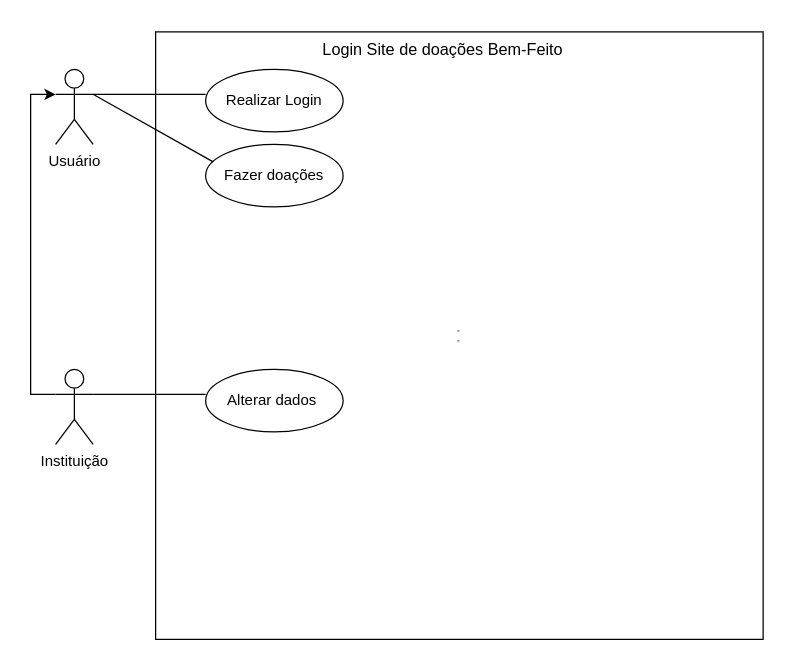
Before: casoDeUsoBemFeito.drawio in Jonathasin/Podre, a draw.io diagram. Source tidied: cells renumbered, new cells numbered last; positions are measured from the earlier drawing's top-left corner, leaving out a move shared by most shapes. Both pictures are drawn from the tidied source at 125%, with x=0, y=0 at pixel (55, 21).
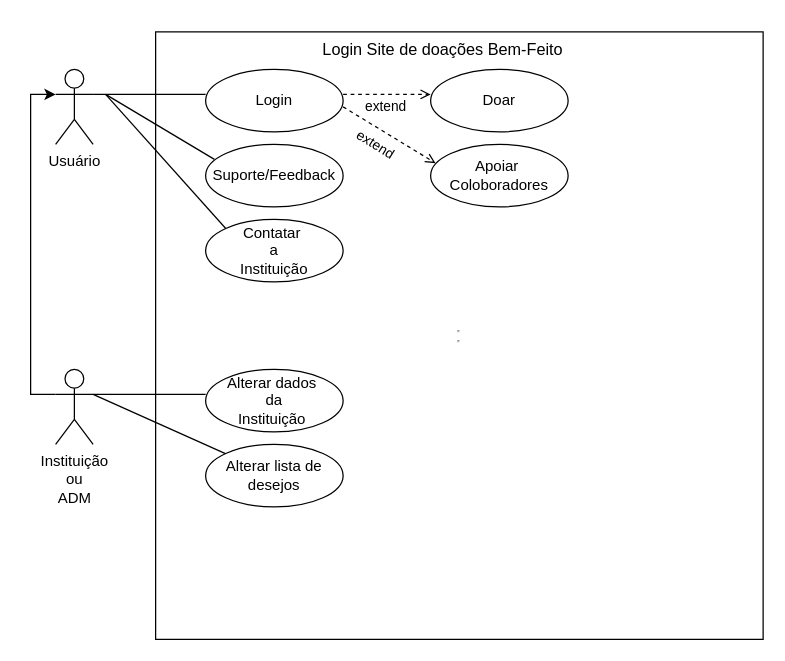
The same diagram, later.

Change to the diagram source:
```diff
@@
-    <mxCell id="4" value="Instituição" style="shape=umlActor;verticalLabelPosition=bottom;verticalAlign=top;html=1;outlineConnect=0;" parent="1" vertex="1">
+    <mxCell id="4" value="Instituição&lt;br&gt;ou&lt;br&gt;&lt;div&gt;ADM&lt;/div&gt;" style="shape=umlActor;verticalLabelPosition=bottom;verticalAlign=top;html=1;outlineConnect=0;" parent="1" vertex="1">
       <mxGeometry y="278" width="30" height="60" as="geometry" />
     </mxCell>
-    <mxCell id="5" value="Realizar Login" style="ellipse;whiteSpace=wrap;html=1;" parent="1" vertex="1">
+    <mxCell id="5" value="Login" style="ellipse;whiteSpace=wrap;html=1;" parent="1" vertex="1">
       <mxGeometry x="120" y="38" width="110" height="50" as="geometry" />
     </mxCell>
@@
-    <mxCell id="9" value="Fazer doações" style="ellipse;whiteSpace=wrap;html=1;" parent="1" vertex="1">
-      <mxGeometry x="120" y="98" width="110" height="50" as="geometry" />
+    <mxCell id="9" value="&lt;font&gt;Apoiar&amp;nbsp;&lt;/font&gt;&lt;div&gt;&lt;font&gt;Coloboradores&lt;/font&gt;&lt;/div&gt;" style="ellipse;whiteSpace=wrap;html=1;" parent="1" vertex="1">
+      <mxGeometry x="300" y="98" width="110" height="50" as="geometry" />
     </mxCell>
-    <mxCell id="10" style="edgeStyle=none;jettySize=auto;html=1;rounded=0;endArrow=none;startFill=0;entryX=0.055;entryY=0.28;entryDx=0;entryDy=0;entryPerimeter=0;" parent="1" edge="1" target="9">
-      <mxGeometry relative="1" as="geometry">
-        <mxPoint x="29.9" y="57.9" as="sourcePoint" />
-      </mxGeometry>
-    </mxCell>
-    <mxCell id="11" value="Alterar dados&amp;nbsp;" style="ellipse;whiteSpace=wrap;html=1;" parent="1" vertex="1">
+    <mxCell id="11" value="Alterar dados&amp;nbsp;&lt;div&gt;da&lt;/div&gt;&lt;div&gt;Instituição&amp;nbsp;&lt;/div&gt;" style="ellipse;whiteSpace=wrap;html=1;" parent="1" vertex="1">
       <mxGeometry x="120" y="278" width="110" height="50" as="geometry" />
     </mxCell>
@@
+    <mxCell id="13" style="jettySize=auto;html=1;rounded=0;endArrow=open;startFill=0;dashed=1;endFill=0;entryX=0.036;entryY=0.3;entryDx=0;entryDy=0;entryPerimeter=0;" parent="1" edge="1" target="9">
+      <mxGeometry relative="1" as="geometry">
+        <mxPoint x="230" y="68" as="sourcePoint" />
+      </mxGeometry>
+    </mxCell>
+    <mxCell id="14" value="extend" style="text;html=1;align=center;verticalAlign=middle;strokeColor=none;fillColor=none;rotation=32;fontSize=11;" parent="1" vertex="1">
+      <mxGeometry x="226" y="83" width="60" height="30" as="geometry" />
+    </mxCell>
+    <mxCell id="15" value="Alterar lista de&lt;div&gt;desejos&lt;/div&gt;" style="ellipse;whiteSpace=wrap;html=1;" parent="1" vertex="1">
+      <mxGeometry x="120" y="338" width="110" height="50" as="geometry" />
+    </mxCell>
+    <mxCell id="16" style="jettySize=auto;html=1;rounded=0;endArrow=none;startFill=0;" parent="1" edge="1" target="15">
+      <mxGeometry relative="1" as="geometry">
+        <mxPoint x="30" y="298" as="sourcePoint" />
+      </mxGeometry>
+    </mxCell>
+    <mxCell id="17" value="Suporte/Feedback" style="ellipse;whiteSpace=wrap;html=1;" parent="1" vertex="1">
+      <mxGeometry x="120" y="98" width="110" height="50" as="geometry" />
+    </mxCell>
+    <mxCell id="18" style="jettySize=auto;html=1;rounded=0;endArrow=none;startFill=0;entryX=0.064;entryY=0.24;entryDx=0;entryDy=0;entryPerimeter=0;" parent="1" edge="1" target="17">
+      <mxGeometry relative="1" as="geometry">
+        <mxPoint x="40" y="58" as="sourcePoint" />
+      </mxGeometry>
+    </mxCell>
+    <mxCell id="19" value="Contatar&amp;nbsp;&lt;div&gt;a&lt;/div&gt;&lt;div&gt;Instituição&lt;/div&gt;" style="ellipse;whiteSpace=wrap;html=1;" parent="1" vertex="1">
+      <mxGeometry x="120" y="158" width="110" height="50" as="geometry" />
+    </mxCell>
+    <mxCell id="20" style="jettySize=auto;html=1;rounded=0;endArrow=none;startFill=0;entryX=0;entryY=0;entryDx=0;entryDy=0;" parent="1" edge="1" target="19">
+      <mxGeometry relative="1" as="geometry">
+        <mxPoint x="40" y="58" as="sourcePoint" />
+      </mxGeometry>
+    </mxCell>
+    <mxCell id="21" value="Doar" style="ellipse;whiteSpace=wrap;html=1;" parent="1" vertex="1">
+      <mxGeometry x="300" y="38" width="110" height="50" as="geometry" />
+    </mxCell>
+    <mxCell id="22" style="orthogonalLoop=1;jettySize=auto;html=1;rounded=0;endArrow=open;startFill=0;dashed=1;endFill=0;" parent="1" edge="1">
+      <mxGeometry relative="1" as="geometry">
+        <mxPoint x="230" y="58" as="sourcePoint" />
+        <mxPoint x="300" y="58" as="targetPoint" />
+      </mxGeometry>
+    </mxCell>
+    <mxCell id="23" value="extend" style="text;html=1;align=center;verticalAlign=middle;strokeColor=none;fillColor=none;fontSize=11;" parent="1" vertex="1">
+      <mxGeometry x="234" y="53" width="60" height="30" as="geometry" />
+    </mxCell>
```
